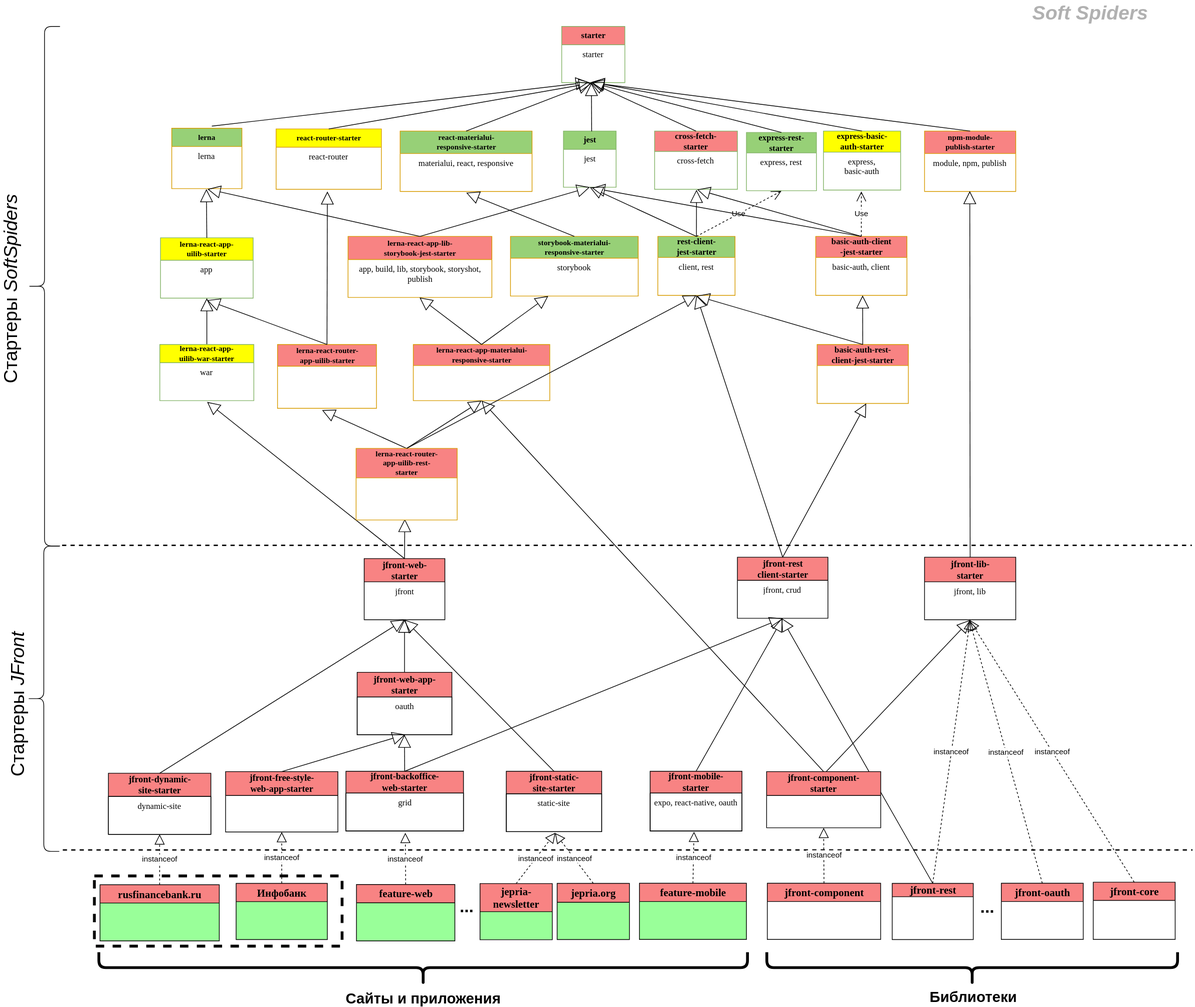
Above: jfront/images/jfront-plan.svg in Jepria/doc (draw.io), before the change. Source tidied: cells renumbered, new cells last; positions are measured from the earlier drawing's top-left corner, leaving out a move shared by most shapes.
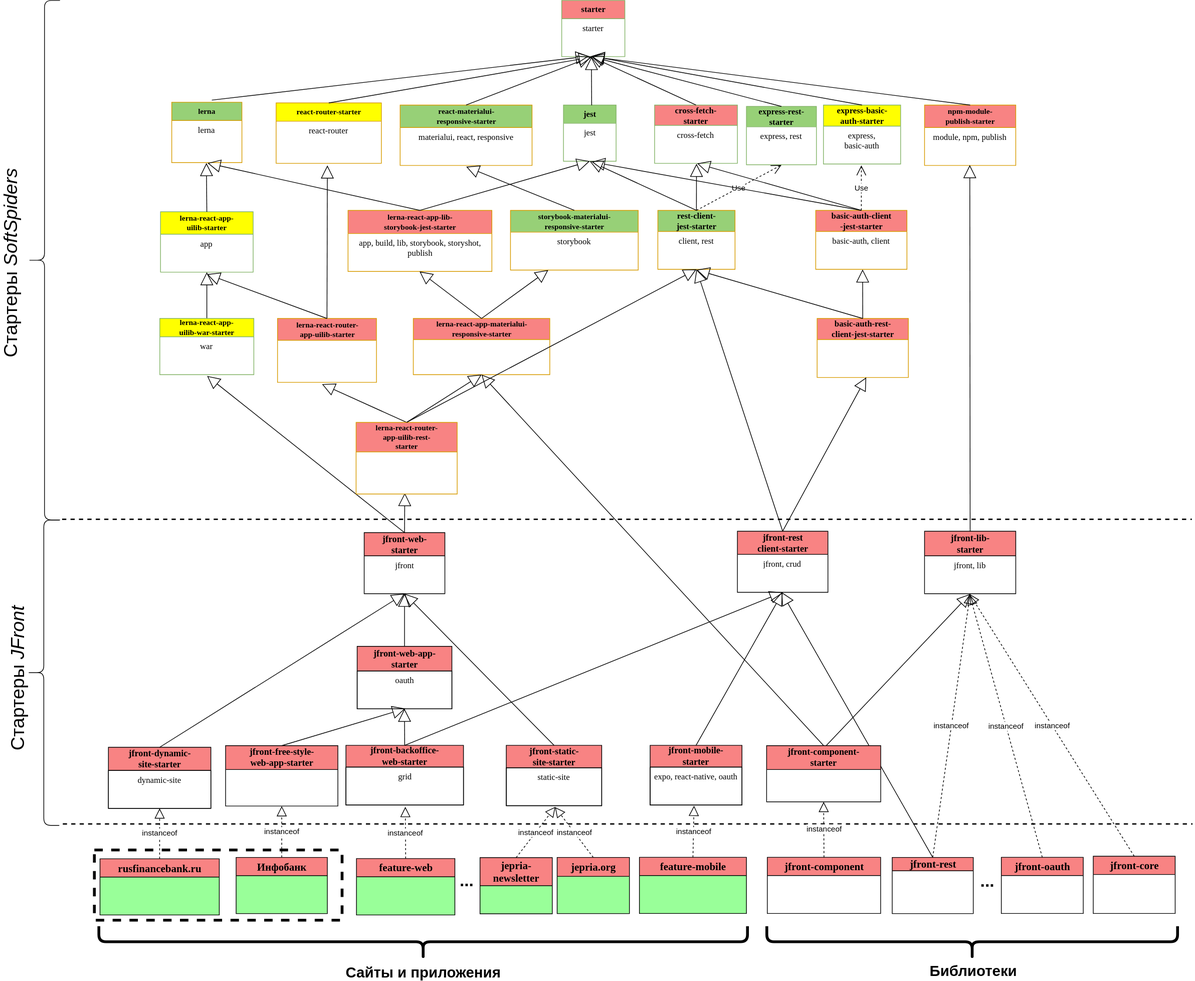
Above is the later version.

Diff of the diagram source:
```diff
@@ -399,9 +399,6 @@
         <mxPoint x="1868" y="776" as="targetPoint" />
       </mxGeometry>
     </mxCell>
-    <mxCell id="126" value="Soft Spiders" style="text;html=1;strokeColor=none;fillColor=none;align=center;verticalAlign=middle;whiteSpace=wrap;rounded=0;glass=0;dashed=1;fontSize=28;fontStyle=3;textOpacity=30;" parent="1" vertex="1">
-      <mxGeometry x="1625" width="197" height="37" as="geometry" />
-    </mxCell>
     <mxCell id="127" style="endArrow=none;dashed=1;html=1;strokeWidth=2;fontSize=4;" parent="1" edge="1">
       <mxGeometry relative="1" as="geometry">
         <mxPoint x="259" y="1210" as="sourcePoint" />
```
